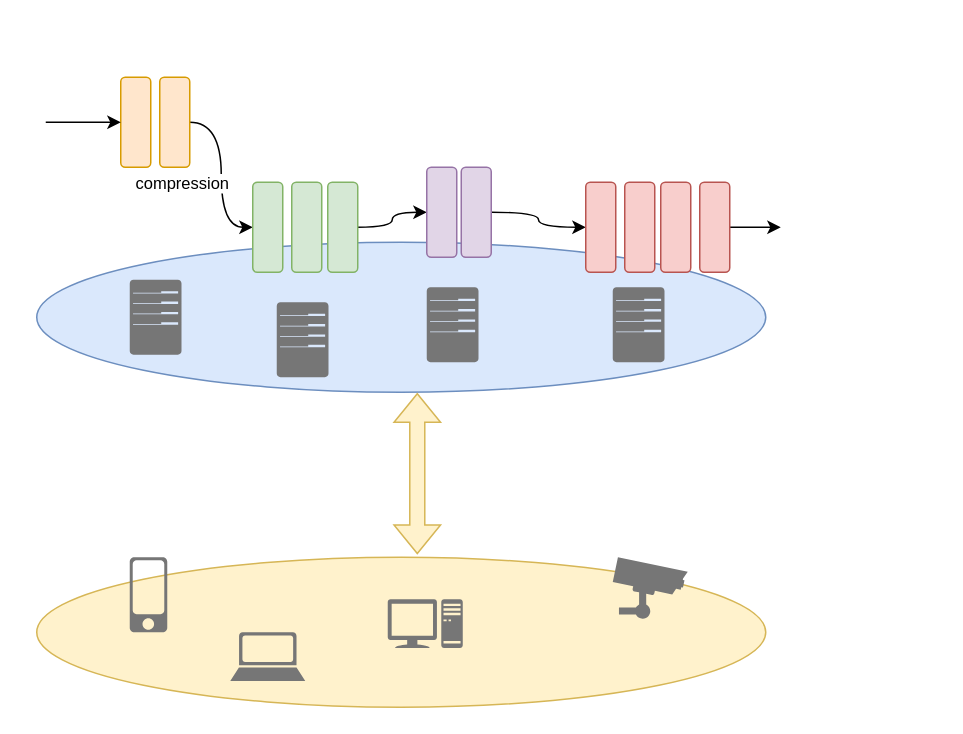
Before: 压缩边缘计算.drawio in odingdingo/LLM-in-UAV, a draw.io diagram. Source tidied: cells renumbered, new cells numbered last; positions are measured from the earlier drawing's top-left corner, leaving out a move shared by most shapes. Both pictures are drawn from the tidied source at 150%, with x=0, y=0 at pixel (36, 106).
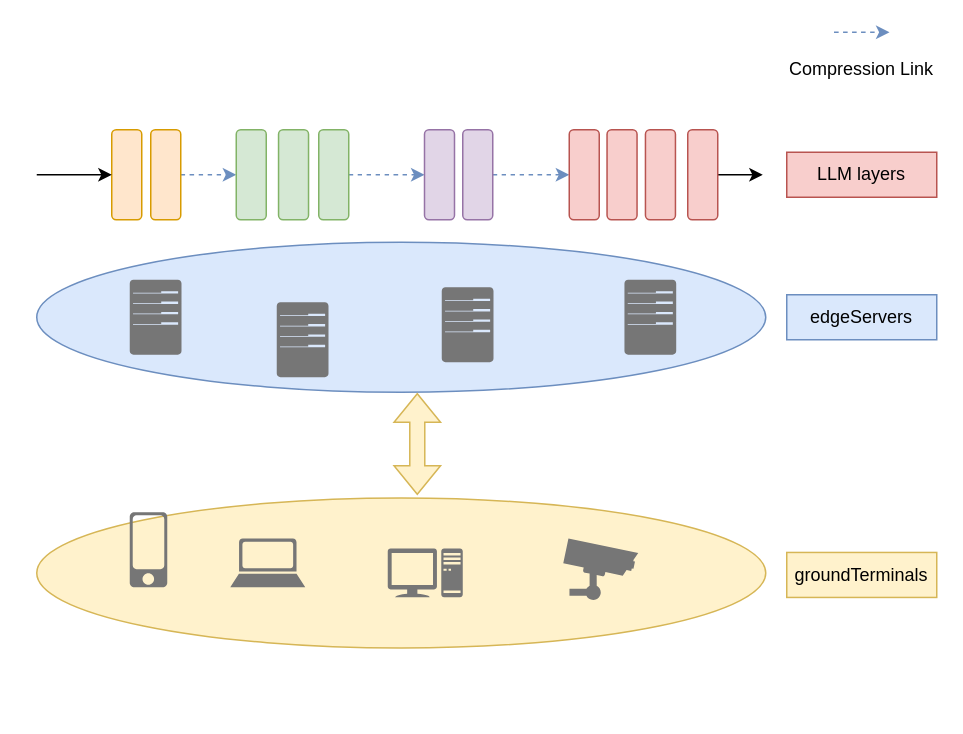
The same page after the edit.

Commit message:
更新压缩边缘计算.drawio

Change to the diagram source:
```diff
@@
     <mxCell id="3" style="ellipse;whiteSpace=wrap;html=1;fillColor=#fff2cc;strokeColor=#d6b656;" parent="1" vertex="1">
-      <mxGeometry y="300" width="486" height="100" as="geometry" />
+      <mxGeometry y="260.5" width="486" height="100" as="geometry" />
     </mxCell>
     <mxCell id="4" style="rounded=1;whiteSpace=wrap;html=1;rotation=90;fillColor=#ffe6cc;strokeColor=#d79b00;" parent="1" vertex="1">
-      <mxGeometry x="36" width="60" height="20" as="geometry" />
+      <mxGeometry x="30" y="35" width="60" height="20" as="geometry" />
     </mxCell>
-    <mxCell id="5" style="edgeStyle=orthogonalEdgeStyle;rounded=0;jettySize=auto;html=1;exitX=0.5;exitY=0;exitDx=0;exitDy=0;entryX=0.5;entryY=1;entryDx=0;entryDy=0;curved=1;" parent="1" edge="1" source="7" target="8">
+    <mxCell id="5" style="edgeStyle=orthogonalEdgeStyle;rounded=0;jettySize=auto;html=1;exitX=0.5;exitY=0;exitDx=0;exitDy=0;entryX=0.5;entryY=1;entryDx=0;entryDy=0;curved=1;dashed=1;fillColor=#dae8fc;strokeColor=#6c8ebf;" parent="1" edge="1" source="7" target="8">
       <mxGeometry relative="1" as="geometry" />
     </mxCell>
-    <mxCell id="6" value="compression" style="edgeLabel;html=1;align=center;verticalAlign=middle;" parent="5" vertex="1">
-      <mxGeometry x="-0.3" y="-1" relative="1" as="geometry">
-        <mxPoint x="-26" y="22" as="offset" />
-      </mxGeometry>
-    </mxCell>
     <mxCell id="7" style="rounded=1;whiteSpace=wrap;html=1;rotation=90;fillColor=#ffe6cc;strokeColor=#d79b00;" parent="1" vertex="1">
-      <mxGeometry x="62" width="60" height="20" as="geometry" />
+      <mxGeometry x="56" y="35" width="60" height="20" as="geometry" />
     </mxCell>
     <mxCell id="8" style="rounded=1;whiteSpace=wrap;html=1;rotation=90;fillColor=#d5e8d4;strokeColor=#82b366;" parent="1" vertex="1">
-      <mxGeometry x="124" y="70" width="60" height="20" as="geometry" />
+      <mxGeometry x="113" y="35" width="60" height="20" as="geometry" />
     </mxCell>
     <mxCell id="9" style="rounded=1;whiteSpace=wrap;html=1;rotation=90;fillColor=#d5e8d4;strokeColor=#82b366;" parent="1" vertex="1">
-      <mxGeometry x="150" y="70" width="60" height="20" as="geometry" />
+      <mxGeometry x="141.2" y="35" width="60" height="20" as="geometry" />
     </mxCell>
-    <mxCell id="10" style="edgeStyle=orthogonalEdgeStyle;rounded=0;jettySize=auto;html=1;exitX=0.5;exitY=0;exitDx=0;exitDy=0;entryX=0.5;entryY=1;entryDx=0;entryDy=0;curved=1;" parent="1" edge="1" source="11" target="12">
+    <mxCell id="10" style="edgeStyle=orthogonalEdgeStyle;rounded=0;jettySize=auto;html=1;exitX=0.5;exitY=0;exitDx=0;exitDy=0;entryX=0.5;entryY=1;entryDx=0;entryDy=0;curved=1;dashed=1;fillColor=#dae8fc;strokeColor=#6c8ebf;" parent="1" edge="1" source="11" target="12">
       <mxGeometry relative="1" as="geometry" />
     </mxCell>
     <mxCell id="11" style="rounded=1;whiteSpace=wrap;html=1;rotation=90;fillColor=#d5e8d4;strokeColor=#82b366;" parent="1" vertex="1">
-      <mxGeometry x="174" y="70" width="60" height="20" as="geometry" />
+      <mxGeometry x="168" y="35" width="60" height="20" as="geometry" />
     </mxCell>
     <mxCell id="12" style="rounded=1;whiteSpace=wrap;html=1;rotation=90;fillColor=#e1d5e7;strokeColor=#9673a6;" parent="1" vertex="1">
-      <mxGeometry x="240" y="60" width="60" height="20" as="geometry" />
+      <mxGeometry x="238.5" y="35" width="60" height="20" as="geometry" />
     </mxCell>
-    <mxCell id="13" style="edgeStyle=orthogonalEdgeStyle;rounded=0;jettySize=auto;html=1;exitX=0.5;exitY=0;exitDx=0;exitDy=0;entryX=0.5;entryY=1;entryDx=0;entryDy=0;curved=1;" parent="1" edge="1" source="14" target="15">
+    <mxCell id="13" style="edgeStyle=orthogonalEdgeStyle;rounded=0;jettySize=auto;html=1;exitX=0.5;exitY=0;exitDx=0;exitDy=0;entryX=0.5;entryY=1;entryDx=0;entryDy=0;curved=1;dashed=1;fillColor=#dae8fc;strokeColor=#6c8ebf;" parent="1" edge="1" source="14" target="15">
       <mxGeometry relative="1" as="geometry" />
     </mxCell>
     <mxCell id="14" style="rounded=1;whiteSpace=wrap;html=1;rotation=90;fillColor=#e1d5e7;strokeColor=#9673a6;" parent="1" vertex="1">
-      <mxGeometry x="263" y="60" width="60" height="20" as="geometry" />
+      <mxGeometry x="264" y="35" width="60" height="20" as="geometry" />
     </mxCell>
     <mxCell id="15" style="rounded=1;whiteSpace=wrap;html=1;rotation=90;fillColor=#f8cecc;strokeColor=#b85450;" parent="1" vertex="1">
-      <mxGeometry x="346" y="70" width="60" height="20" as="geometry" />
+      <mxGeometry x="335" y="35" width="60" height="20" as="geometry" />
     </mxCell>
     <mxCell id="16" style="rounded=1;whiteSpace=wrap;html=1;rotation=90;fillColor=#f8cecc;strokeColor=#b85450;" parent="1" vertex="1">
-      <mxGeometry x="372" y="70" width="60" height="20" as="geometry" />
+      <mxGeometry x="360.2" y="35" width="60" height="20" as="geometry" />
     </mxCell>
     <mxCell id="17" style="rounded=1;whiteSpace=wrap;html=1;rotation=90;fillColor=#f8cecc;strokeColor=#b85450;" parent="1" vertex="1">
-      <mxGeometry x="396" y="70" width="60" height="20" as="geometry" />
+      <mxGeometry x="385.8" y="35" width="60" height="20" as="geometry" />
     </mxCell>
     <mxCell id="18" style="edgeStyle=orthogonalEdgeStyle;rounded=0;jettySize=auto;html=1;exitX=0.5;exitY=0;exitDx=0;exitDy=0;" parent="1" edge="1" source="19">
       <mxGeometry relative="1" as="geometry">
-        <mxPoint x="496" y="79.8" as="targetPoint" />
+        <mxPoint x="484" y="45" as="targetPoint" />
       </mxGeometry>
     </mxCell>
     <mxCell id="19" style="rounded=1;whiteSpace=wrap;html=1;rotation=90;fillColor=#f8cecc;strokeColor=#b85450;" parent="1" vertex="1">
-      <mxGeometry x="422" y="70" width="60" height="20" as="geometry" />
+      <mxGeometry x="414" y="35" width="60" height="20" as="geometry" />
     </mxCell>
     <mxCell id="20" style="endArrow=classic;html=1;rounded=0;entryX=0.5;entryY=1;entryDx=0;entryDy=0;" parent="1" edge="1" target="4">
       <mxGeometry relative="1" as="geometry">
-        <mxPoint x="6" y="10" as="sourcePoint" />
+        <mxPoint y="45" as="sourcePoint" />
       </mxGeometry>
     </mxCell>
     <mxCell id="21" style="verticalLabelPosition=bottom;sketch=0;html=1;fillColor=#767676;verticalAlign=top;align=center;shape=mxgraph.cisco_safe.iot_things_icons.icon12;fontFamily=Helvetica;fontSize=12;fontColor=default;" parent="1" vertex="1">
-      <mxGeometry x="129" y="350" width="50" height="32.5" as="geometry" />
+      <mxGeometry x="129" y="287.5" width="50" height="32.5" as="geometry" />
     </mxCell>
     <mxCell id="22" style="verticalLabelPosition=bottom;sketch=0;html=1;fillColor=#767676;verticalAlign=top;align=center;shape=mxgraph.cisco_safe.iot_things_icons.icon10;fontFamily=Helvetica;fontSize=12;fontColor=default;" parent="1" vertex="1">
-      <mxGeometry x="62" y="300" width="25" height="50" as="geometry" />
+      <mxGeometry x="62" y="270" width="25" height="50" as="geometry" />
     </mxCell>
     <mxCell id="23" style="verticalLabelPosition=bottom;sketch=0;html=1;fillColor=#767676;verticalAlign=top;align=center;shape=mxgraph.cisco_safe.iot_things_icons.icon15;fontFamily=Helvetica;fontSize=12;fontColor=default;" parent="1" vertex="1">
-      <mxGeometry x="234" y="328" width="50" height="32.5" as="geometry" />
+      <mxGeometry x="234" y="294.2" width="50" height="32.5" as="geometry" />
     </mxCell>
     <mxCell id="24" style="verticalLabelPosition=bottom;sketch=0;html=1;fillColor=#767676;verticalAlign=top;align=center;shape=mxgraph.cisco_safe.technology_icons.icon10;fontFamily=Helvetica;fontSize=12;fontColor=default;" parent="1" vertex="1">
-      <mxGeometry x="384" y="300" width="50" height="41" as="geometry" />
+      <mxGeometry x="351" y="287.5" width="50" height="41" as="geometry" />
     </mxCell>
@@
     <mxCell id="27" style="verticalLabelPosition=bottom;sketch=0;html=1;fillColor=#767676;verticalAlign=top;align=center;shape=mxgraph.cisco_safe.technology_icons.icon7;fontFamily=Helvetica;fontSize=12;fontColor=default;" parent="1" vertex="1">
-      <mxGeometry x="260" y="120" width="34.5" height="50" as="geometry" />
+      <mxGeometry x="270" y="120" width="34.5" height="50" as="geometry" />
     </mxCell>
     <mxCell id="28" style="verticalLabelPosition=bottom;sketch=0;html=1;fillColor=#767676;strokeColor=none;verticalAlign=top;align=center;shape=mxgraph.cisco_safe.technology_icons.icon7;" parent="1" vertex="1">
-      <mxGeometry x="384" y="120" width="34.5" height="50" as="geometry" />
+      <mxGeometry x="391.8" y="115" width="34.5" height="50" as="geometry" />
     </mxCell>
@@
+    <mxCell id="30" value="edgeServers" style="text;html=1;whiteSpace=wrap;strokeColor=#6c8ebf;fillColor=#dae8fc;align=center;verticalAlign=middle;rounded=0;" parent="1" vertex="1">
+      <mxGeometry x="500" y="125" width="100" height="30" as="geometry" />
+    </mxCell>
+    <mxCell id="31" value="groundTerminals" style="text;html=1;whiteSpace=wrap;strokeColor=#d6b656;fillColor=#fff2cc;align=center;verticalAlign=middle;rounded=0;" parent="1" vertex="1">
+      <mxGeometry x="500" y="296.8" width="100" height="30" as="geometry" />
+    </mxCell>
+    <mxCell id="32" value="LLM layers" style="text;html=1;whiteSpace=wrap;strokeColor=#b85450;fillColor=#f8cecc;align=center;verticalAlign=middle;rounded=0;" parent="1" vertex="1">
+      <mxGeometry x="500" y="30" width="100" height="30" as="geometry" />
+    </mxCell>
+    <mxCell id="33" style="edgeStyle=orthogonalEdgeStyle;rounded=0;orthogonalLoop=1;jettySize=auto;html=1;exitX=0.5;exitY=0;exitDx=0;exitDy=0;entryX=0.5;entryY=1;entryDx=0;entryDy=0;curved=1;dashed=1;fillColor=#dae8fc;strokeColor=#6c8ebf;" parent="1" edge="1">
+      <mxGeometry relative="1" as="geometry">
+        <mxPoint x="531.5" y="-50" as="sourcePoint" />
+        <mxPoint x="568.5" y="-50" as="targetPoint" />
+        <Array as="points">
+          <mxPoint x="560" y="-50" />
+          <mxPoint x="560" y="-50" />
+        </Array>
+      </mxGeometry>
+    </mxCell>
+    <mxCell id="34" value="Compression Link" style="text;html=1;whiteSpace=wrap;strokeColor=none;fillColor=none;align=center;verticalAlign=middle;rounded=0;" parent="1" vertex="1">
+      <mxGeometry x="500" y="-40" width="100" height="30" as="geometry" />
+    </mxCell>
```
